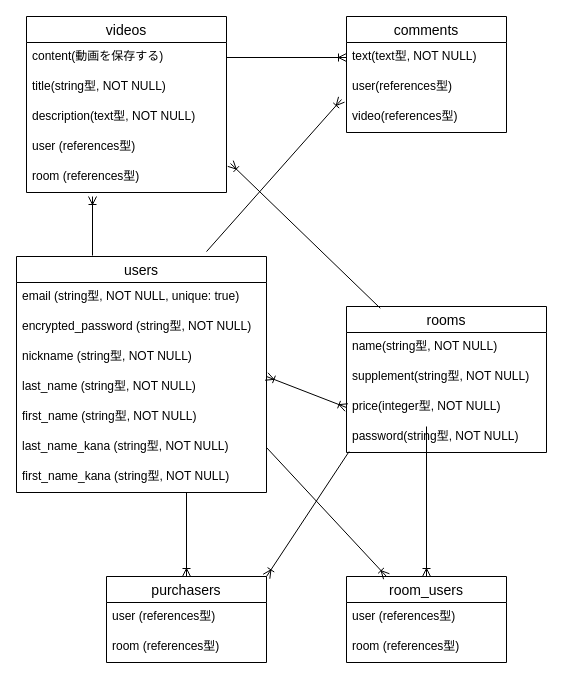
Before: povio.dio in yudai-simoma/povio, a draw.io diagram. Source tidied: cells renumbered, new cells numbered last; positions are measured from the earlier drawing's top-left corner, leaving out a move shared by most shapes. Both pictures are drawn from the tidied source at 100%, with x=0, y=0 at pixel (16, 16).
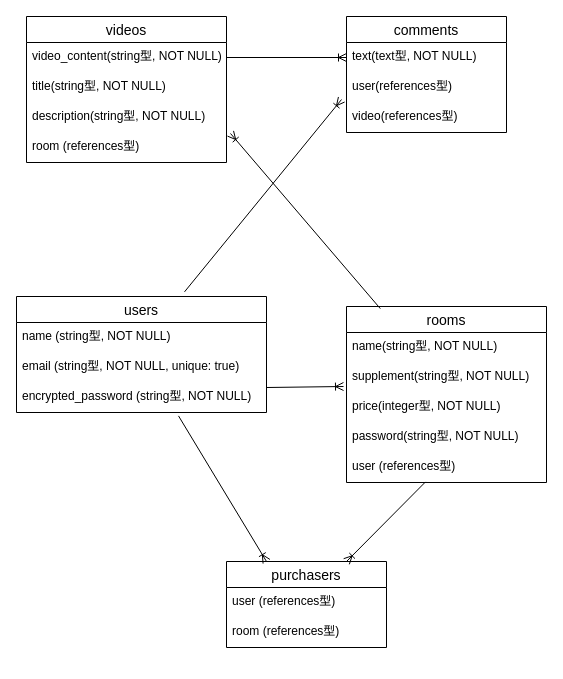
After the change.

Commit message (it also covers changes not shown here):
DB設計の変更

The change refers to these unchanged cells:
```xml
<mxCell id="4" value="user(references型)" style="text;strokeColor=none;fillColor=none;spacingLeft=4;spacingRight=4;overflow=hidden;points=[[0,0.5],[1,0.5]];portConstraint=eastwest;fontSize=12;" parent="2" vertex="1">
  <mxGeometry y="56" width="160" height="30" as="geometry" />
</mxCell>
<mxCell id="15" value="price(integer型, NOT NULL)" style="text;strokeColor=none;fillColor=none;spacingLeft=4;spacingRight=4;overflow=hidden;points=[[0,0.5],[1,0.5]];portConstraint=eastwest;fontSize=12;" parent="12" vertex="1">
  <mxGeometry y="86" width="200" height="30" as="geometry" />
</mxCell>
<mxCell id="16" value="password(string型, NOT NULL)" style="text;strokeColor=none;fillColor=none;spacingLeft=4;spacingRight=4;overflow=hidden;points=[[0,0.5],[1,0.5]];portConstraint=eastwest;fontSize=12;" parent="12" vertex="1">
  <mxGeometry y="116" width="200" height="30" as="geometry" />
</mxCell>
```

The edit, as a diff of the source:
```diff
@@
     <mxCell id="6" value="videos" style="swimlane;fontStyle=0;horizontal=1;startSize=26;align=center;fontSize=14;" parent="1" vertex="1">
-      <mxGeometry x="10" width="200" height="176" as="geometry" />
+      <mxGeometry x="10" width="200" height="146" as="geometry" />
     </mxCell>
-    <mxCell id="7" value="content(動画を保存する)" style="text;strokeColor=none;fillColor=none;spacingLeft=4;spacingRight=4;overflow=hidden;points=[[0,0.5],[1,0.5]];portConstraint=eastwest;fontSize=12;" parent="6" vertex="1">
+    <mxCell id="7" value="video_content(string型, NOT NULL)" style="text;strokeColor=none;fillColor=none;spacingLeft=4;spacingRight=4;overflow=hidden;points=[[0,0.5],[1,0.5]];portConstraint=eastwest;fontSize=12;" parent="6" vertex="1">
       <mxGeometry y="26" width="200" height="30" as="geometry" />
     </mxCell>
@@
-    <mxCell id="9" value="description(text型, NOT NULL)" style="text;strokeColor=none;fillColor=none;spacingLeft=4;spacingRight=4;overflow=hidden;fontSize=12;" parent="6" vertex="1">
+    <mxCell id="9" value="description(string型, NOT NULL)" style="text;strokeColor=none;fillColor=none;spacingLeft=4;spacingRight=4;overflow=hidden;fontSize=12;" parent="6" vertex="1">
       <mxGeometry y="86" width="200" height="30" as="geometry" />
     </mxCell>
-    <mxCell id="10" value="user (references型)" style="text;strokeColor=none;fillColor=none;spacingLeft=4;spacingRight=4;overflow=hidden;fontSize=12;" parent="6" vertex="1">
-      <mxGeometry y="116" width="200" height="30" as="geometry" />
-    </mxCell>
     <mxCell id="11" value="room (references型)" style="text;strokeColor=none;fillColor=none;spacingLeft=4;spacingRight=4;overflow=hidden;points=[[0,0.5],[1,0.5]];portConstraint=eastwest;fontSize=12;" parent="6" vertex="1">
-      <mxGeometry y="146" width="200" height="30" as="geometry" />
+      <mxGeometry y="116" width="200" height="30" as="geometry" />
     </mxCell>
     <mxCell id="12" value="rooms" style="swimlane;fontStyle=0;horizontal=1;startSize=26;align=center;fontSize=14;" parent="1" vertex="1">
-      <mxGeometry x="330" y="290" width="200" height="146" as="geometry" />
+      <mxGeometry x="330" y="290" width="200" height="176" as="geometry" />
     </mxCell>
@@
+    <mxCell id="40" value="user (references型)" style="text;strokeColor=none;fillColor=none;spacingLeft=4;spacingRight=4;overflow=hidden;points=[[0,0.5],[1,0.5]];portConstraint=eastwest;fontSize=12;" parent="12" vertex="1">
+      <mxGeometry y="146" width="200" height="30" as="geometry" />
+    </mxCell>
     <mxCell id="17" value="users" style="swimlane;fontStyle=0;horizontal=1;startSize=26;align=center;fontSize=14;" parent="1" vertex="1">
-      <mxGeometry y="240" width="250" height="236" as="geometry" />
+      <mxGeometry y="280" width="250" height="116" as="geometry" />
     </mxCell>
-    <mxCell id="18" value="email (string型, NOT NULL, unique: true)" style="text;strokeColor=none;fillColor=none;spacingLeft=4;spacingRight=4;overflow=hidden;fontSize=12;" parent="17" vertex="1">
+    <mxCell id="18" value="name (string型, NOT NULL)" style="text;strokeColor=none;fillColor=none;spacingLeft=4;spacingRight=4;overflow=hidden;fontSize=12;" parent="17" vertex="1">
       <mxGeometry y="26" width="250" height="30" as="geometry" />
     </mxCell>
-    <mxCell id="19" value="encrypted_password (string型, NOT NULL)" style="text;strokeColor=none;fillColor=none;spacingLeft=4;spacingRight=4;overflow=hidden;fontSize=12;" parent="17" vertex="1">
+    <mxCell id="19" value="email (string型, NOT NULL, unique: true)" style="text;strokeColor=none;fillColor=none;spacingLeft=4;spacingRight=4;overflow=hidden;fontSize=12;" parent="17" vertex="1">
       <mxGeometry y="56" width="250" height="30" as="geometry" />
     </mxCell>
-    <mxCell id="20" value="nickname (string型, NOT NULL)" style="text;strokeColor=none;fillColor=none;spacingLeft=4;spacingRight=4;overflow=hidden;points=[[0,0.5],[1,0.5]];portConstraint=eastwest;fontSize=12;" parent="17" vertex="1">
+    <mxCell id="20" value="encrypted_password (string型, NOT NULL)" style="text;strokeColor=none;fillColor=none;spacingLeft=4;spacingRight=4;overflow=hidden;points=[[0,0.5],[1,0.5]];portConstraint=eastwest;fontSize=12;" parent="17" vertex="1">
       <mxGeometry y="86" width="250" height="30" as="geometry" />
     </mxCell>
-    <mxCell id="21" value="last_name (string型, NOT NULL)" style="text;strokeColor=none;fillColor=none;spacingLeft=4;spacingRight=4;overflow=hidden;fontSize=12;" parent="17" vertex="1">
-      <mxGeometry y="116" width="250" height="30" as="geometry" />
-    </mxCell>
-    <mxCell id="22" value="first_name (string型, NOT NULL)" style="text;strokeColor=none;fillColor=none;spacingLeft=4;spacingRight=4;overflow=hidden;fontSize=12;" parent="17" vertex="1">
-      <mxGeometry y="146" width="250" height="30" as="geometry" />
-    </mxCell>
-    <mxCell id="23" value="last_name_kana (string型, NOT NULL)" style="text;strokeColor=none;fillColor=none;spacingLeft=4;spacingRight=4;overflow=hidden;points=[[0,0.5],[1,0.5]];portConstraint=eastwest;fontSize=12;" parent="17" vertex="1">
-      <mxGeometry y="176" width="250" height="30" as="geometry" />
-    </mxCell>
-    <mxCell id="24" value="first_name_kana (string型, NOT NULL)" style="text;strokeColor=none;fillColor=none;spacingLeft=4;spacingRight=4;overflow=hidden;fontSize=12;" parent="17" vertex="1">
-      <mxGeometry y="206" width="250" height="30" as="geometry" />
-    </mxCell>
-    <mxCell id="25" value="room_users" style="swimlane;fontStyle=0;horizontal=1;startSize=26;align=center;fontSize=14;" parent="1" vertex="1">
-      <mxGeometry x="330" y="560" width="160" height="86" as="geometry" />
-    </mxCell>
-    <mxCell id="26" value="user (references型)" style="text;strokeColor=none;fillColor=none;spacingLeft=4;spacingRight=4;overflow=hidden;fontSize=12;" parent="25" vertex="1">
-      <mxGeometry y="26" width="160" height="30" as="geometry" />
-    </mxCell>
-    <mxCell id="27" value="room (references型)" style="text;strokeColor=none;fillColor=none;spacingLeft=4;spacingRight=4;overflow=hidden;fontSize=12;" parent="25" vertex="1">
-      <mxGeometry y="56" width="160" height="30" as="geometry" />
-    </mxCell>
     <mxCell id="28" value="purchasers" style="swimlane;fontStyle=0;horizontal=1;startSize=26;align=center;fontSize=14;" parent="1" vertex="1">
-      <mxGeometry x="90" y="560" width="160" height="86" as="geometry" />
+      <mxGeometry x="210" y="545" width="160" height="86" as="geometry" />
     </mxCell>
@@
-    <mxCell id="31" style="fontSize=12;html=1;endArrow=ERoneToMany;exitX=0.304;exitY=-0.004;exitDx=0;exitDy=0;exitPerimeter=0;" parent="1" edge="1" source="17">
-      <mxGeometry relative="1" as="geometry">
-        <mxPoint x="76" y="180" as="targetPoint" />
-      </mxGeometry>
-    </mxCell>
-    <mxCell id="32" style="fontSize=12;html=1;endArrow=ERoneToMany;exitX=0.304;exitY=-0.004;exitDx=0;exitDy=0;exitPerimeter=0;entryX=-0.031;entryY=0.9;entryDx=0;entryDy=0;entryPerimeter=0;" parent="1" edge="1" target="4">
-      <mxGeometry relative="1" as="geometry">
-        <mxPoint x="190" y="235.1" as="sourcePoint" />
-      </mxGeometry>
+    <mxCell id="32" style="fontSize=12;html=1;endArrow=ERoneToMany;exitX=0.672;exitY=-0.04;exitDx=0;exitDy=0;exitPerimeter=0;entryX=-0.031;entryY=0.9;entryDx=0;entryDy=0;entryPerimeter=0;" parent="1" edge="1" source="17" target="4">
+      <mxGeometry relative="1" as="geometry" />
     </mxCell>
-    <mxCell id="33" style="fontSize=12;html=1;endArrow=ERoneToMany;exitX=1;exitY=0.5;exitDx=0;exitDy=0;" parent="1" edge="1" source="23" target="25">
-      <mxGeometry relative="1" as="geometry" />
+    <mxCell id="33" style="fontSize=12;html=1;endArrow=ERoneToMany;exitX=1;exitY=0.5;exitDx=0;exitDy=0;" parent="1" edge="1">
+      <mxGeometry relative="1" as="geometry">
+        <mxPoint x="250" y="371" as="sourcePoint" />
+        <mxPoint x="327" y="370" as="targetPoint" />
+      </mxGeometry>
     </mxCell>
-    <mxCell id="34" style="fontSize=12;html=1;endArrow=ERoneToMany;entryX=0.5;entryY=0;entryDx=0;entryDy=0;" parent="1" edge="1" target="25">
-      <mxGeometry relative="1" as="geometry">
-        <mxPoint x="410" y="410" as="sourcePoint" />
-      </mxGeometry>
-    </mxCell>
-    <mxCell id="35" style="fontSize=12;html=1;endArrow=ERoneToMany;startArrow=ERoneToMany;entryX=0;entryY=0.5;entryDx=0;entryDy=0;" parent="1" edge="1" target="15">
-      <mxGeometry relative="1" as="geometry">
-        <mxPoint x="250" y="360" as="sourcePoint" />
-      </mxGeometry>
-    </mxCell>
-    <mxCell id="36" style="fontSize=12;html=1;endArrow=ERoneToMany;entryX=0.5;entryY=0;entryDx=0;entryDy=0;" parent="1" edge="1" target="28">
-      <mxGeometry relative="1" as="geometry">
-        <mxPoint x="170" y="476" as="sourcePoint" />
-      </mxGeometry>
+    <mxCell id="36" style="fontSize=12;html=1;endArrow=ERoneToMany;entryX=0.25;entryY=0;entryDx=0;entryDy=0;exitX=0.648;exitY=1.113;exitDx=0;exitDy=0;exitPerimeter=0;" parent="1" edge="1" source="20" target="28">
+      <mxGeometry relative="1" as="geometry" />
     </mxCell>
-    <mxCell id="37" style="fontSize=12;html=1;endArrow=ERoneToMany;exitX=0.013;exitY=0.967;exitDx=0;exitDy=0;entryX=1;entryY=0;entryDx=0;entryDy=0;exitPerimeter=0;" parent="1" edge="1" source="16" target="28">
+    <mxCell id="37" style="fontSize=12;html=1;endArrow=ERoneToMany;exitX=0.395;exitY=0.98;exitDx=0;exitDy=0;entryX=0.75;entryY=0;entryDx=0;entryDy=0;exitPerimeter=0;" parent="1" edge="1" source="40" target="28">
       <mxGeometry relative="1" as="geometry" />
     </mxCell>
```
